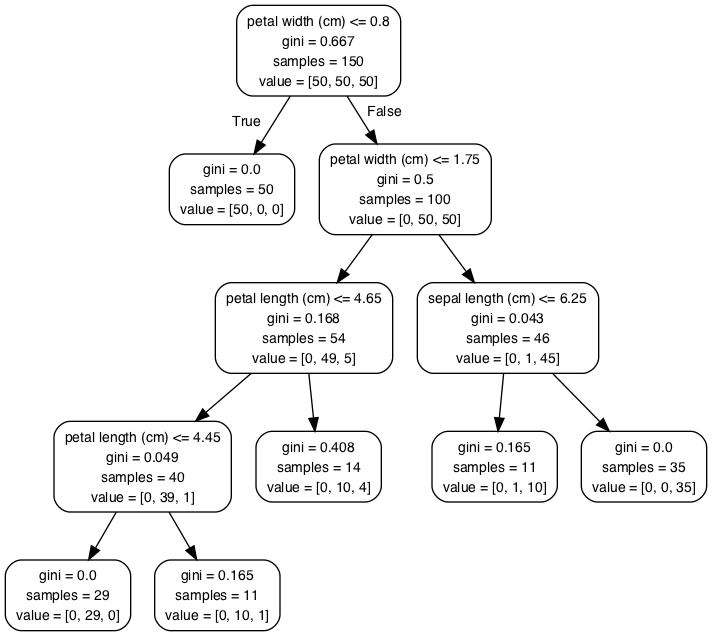
Above: Chapter02/decision.dot.png in henryspivey/MachineLearning (Graphviz), before the change. Its source is kept beside it as Chapter02/decision.dot. Source of this version:
```dot
digraph Tree {
node [shape=box, style="rounded", color="black", fontname=helvetica] ;
edge [fontname=helvetica] ;
0 [label="petal width (cm) <= 0.8\ngini = 0.667\nsamples = 150\nvalue = [50, 50, 50]"] ;
1 [label="gini = 0.0\nsamples = 50\nvalue = [50, 0, 0]"] ;
0 -> 1 [labeldistance=2.5, labelangle=45, headlabel="True"] ;
2 [label="petal width (cm) <= 1.75\ngini = 0.5\nsamples = 100\nvalue = [0, 50, 50]"] ;
0 -> 2 [labeldistance=2.5, labelangle=-45, headlabel="False"] ;
3 [label="petal length (cm) <= 4.65\ngini = 0.168\nsamples = 54\nvalue = [0, 49, 5]"] ;
2 -> 3 ;
4 [label="petal length (cm) <= 4.45\ngini = 0.049\nsamples = 40\nvalue = [0, 39, 1]"] ;
3 -> 4 ;
5 [label="gini = 0.0\nsamples = 29\nvalue = [0, 29, 0]"] ;
4 -> 5 ;
6 [label="gini = 0.165\nsamples = 11\nvalue = [0, 10, 1]"] ;
4 -> 6 ;
7 [label="gini = 0.408\nsamples = 14\nvalue = [0, 10, 4]"] ;
3 -> 7 ;
8 [label="sepal length (cm) <= 6.25\ngini = 0.043\nsamples = 46\nvalue = [0, 1, 45]"] ;
2 -> 8 ;
9 [label="gini = 0.165\nsamples = 11\nvalue = [0, 1, 10]"] ;
8 -> 9 ;
10 [label="gini = 0.0\nsamples = 35\nvalue = [0, 0, 35]"] ;
8 -> 10 ;
}
```
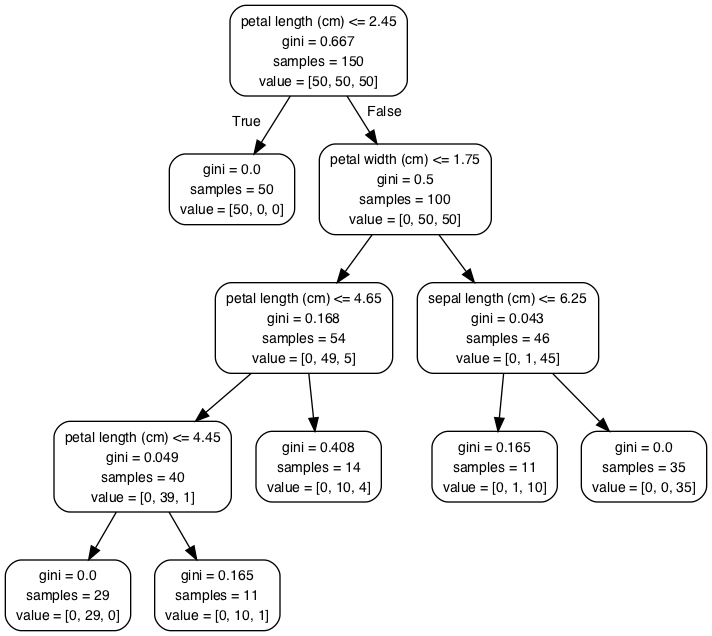
Later version of the same file.

Change to the diagram source:
```diff
@@ -1,7 +1,7 @@
 digraph Tree {
 node [shape=box, style="rounded", color="black", fontname=helvetica] ;
 edge [fontname=helvetica] ;
-0 [label="petal width (cm) <= 0.8\ngini = 0.667\nsamples = 150\nvalue = [50, 50, 50]"] ;
+0 [label="petal length (cm) <= 2.45\ngini = 0.667\nsamples = 150\nvalue = [50, 50, 50]"] ;
 1 [label="gini = 0.0\nsamples = 50\nvalue = [50, 0, 0]"] ;
 0 -> 1 [labeldistance=2.5, labelangle=45, headlabel="True"] ;
 2 [label="petal width (cm) <= 1.75\ngini = 0.5\nsamples = 100\nvalue = [0, 50, 50]"] ;
```
